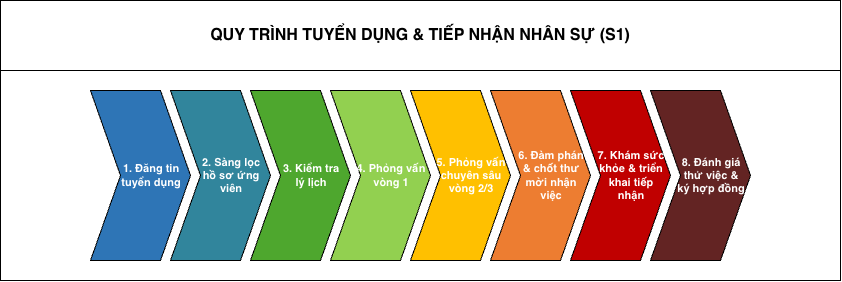
Before: docs/workspaces/NguyenCongHung/svg/bpmn-chevron-s1.drawio.png, a diagram exported from draw.io (anthinh-io/bpm-acfc-vietnam-analysis). Source tidied: cells renumbered, new cells last; positions are measured from the earlier drawing's top-left corner, leaving out a move shared by most shapes.
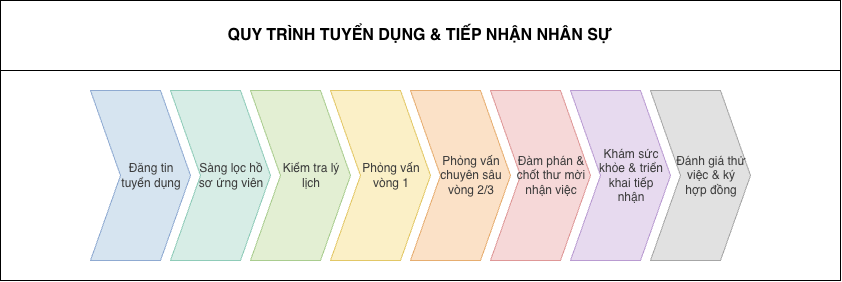
The same file after the commit.

What changed in the source:
```diff
@@ -2,34 +2,34 @@
   <root>
     <mxCell id="0" />
     <mxCell id="1" parent="0" />
-    <mxCell id="2" value="QUY TRÌNH TUYỂN DỤNG &amp; TIẾP NHẬN NHÂN SỰ (S1)" style="rounded=0;whiteSpace=wrap;html=1;align=center;verticalAlign=middle;fontSize=16;fontStyle=1;fontColor=#000000;" parent="1" vertex="1">
+    <mxCell id="2" value="QUY TRÌNH TUYỂN DỤNG &amp; TIẾP NHẬN NHÂN SỰ" style="rounded=0;whiteSpace=wrap;html=1;align=center;verticalAlign=middle;fontSize=16;fontStyle=1;fontColor=#000000;" parent="1" vertex="1">
       <mxGeometry width="840" height="70" as="geometry" />
     </mxCell>
     <mxCell id="3" style="rounded=0;whiteSpace=wrap;html=1;" parent="1" vertex="1">
       <mxGeometry y="70" width="840" height="210" as="geometry" />
     </mxCell>
-    <mxCell id="4" value="1. Đăng tin&lt;br&gt;tuyển dụng" style="html=1;shadow=0;dashed=0;align=center;verticalAlign=middle;shape=mxgraph.arrows2.arrow;dy=0;dx=30;notch=30;whiteSpace=wrap;spacingLeft=22;fillColor=#2E75B6;strokeColor=#000000;fontColor=#ffffff;fontSize=11;fontStyle=1;" parent="1" vertex="1">
+    <mxCell id="4" value="Đăng tin&lt;br&gt;tuyển dụng" style="html=1;shadow=0;dashed=0;align=center;verticalAlign=middle;shape=mxgraph.arrows2.arrow;dy=0;dx=30;notch=30;whiteSpace=wrap;spacingLeft=22;fillColor=#D6E4F0;strokeColor=#8FAAD1;fontColor=#3B3B3B;fontSize=12;fontStyle=0;" parent="1" vertex="1">
       <mxGeometry x="90" y="90" width="100" height="170" as="geometry" />
     </mxCell>
-    <mxCell id="5" value="2. Sàng lọc&lt;br&gt;hồ sơ ứng&lt;br&gt;viên" style="html=1;shadow=0;dashed=0;align=center;verticalAlign=middle;shape=mxgraph.arrows2.arrow;dy=0;dx=30;notch=30;whiteSpace=wrap;spacingLeft=22;fillColor=#31859C;strokeColor=#000000;fontColor=#ffffff;fontSize=11;fontStyle=1;" parent="1" vertex="1">
+    <mxCell id="5" value="Sàng lọc hồ&lt;br&gt;sơ ứng viên" style="html=1;shadow=0;dashed=0;align=center;verticalAlign=middle;shape=mxgraph.arrows2.arrow;dy=0;dx=30;notch=30;whiteSpace=wrap;spacingLeft=22;fillColor=#D7EDE6;strokeColor=#8FCBB8;fontColor=#3B3B3B;fontSize=12;fontStyle=0;" parent="1" vertex="1">
       <mxGeometry x="170" y="90" width="100" height="170" as="geometry" />
     </mxCell>
-    <mxCell id="6" value="3. Kiểm tra&lt;br&gt;lý lịch" style="html=1;shadow=0;dashed=0;align=center;verticalAlign=middle;shape=mxgraph.arrows2.arrow;dy=0;dx=30;notch=30;whiteSpace=wrap;spacingLeft=22;fillColor=#4EA72E;strokeColor=#000000;fontColor=#ffffff;fontSize=11;fontStyle=1;" parent="1" vertex="1">
+    <mxCell id="6" value="Kiểm tra lý&lt;br&gt;lịch" style="html=1;shadow=0;dashed=0;align=center;verticalAlign=middle;shape=mxgraph.arrows2.arrow;dy=0;dx=30;notch=30;whiteSpace=wrap;spacingLeft=22;fillColor=#E3EFD3;strokeColor=#A9CC8F;fontColor=#3B3B3B;fontSize=12;fontStyle=0;" parent="1" vertex="1">
       <mxGeometry x="250" y="90" width="100" height="170" as="geometry" />
     </mxCell>
-    <mxCell id="7" value="4. Phỏng vấn&lt;br&gt;vòng 1" style="html=1;shadow=0;dashed=0;align=center;verticalAlign=middle;shape=mxgraph.arrows2.arrow;dy=0;dx=30;notch=30;whiteSpace=wrap;spacingLeft=22;fillColor=#92D050;strokeColor=#000000;fontColor=#ffffff;fontSize=11;fontStyle=1;" parent="1" vertex="1">
+    <mxCell id="7" value="Phỏng vấn&lt;br&gt;vòng 1" style="html=1;shadow=0;dashed=0;align=center;verticalAlign=middle;shape=mxgraph.arrows2.arrow;dy=0;dx=30;notch=30;whiteSpace=wrap;spacingLeft=22;fillColor=#FBF0C7;strokeColor=#E2C766;fontColor=#3B3B3B;fontSize=12;fontStyle=0;" parent="1" vertex="1">
       <mxGeometry x="330" y="90" width="100" height="170" as="geometry" />
     </mxCell>
-    <mxCell id="8" value="5. Phỏng vấn&lt;br&gt;chuyên sâu&lt;br&gt;vòng 2/3" style="html=1;shadow=0;dashed=0;align=center;verticalAlign=middle;shape=mxgraph.arrows2.arrow;dy=0;dx=30;notch=30;whiteSpace=wrap;spacingLeft=22;fillColor=#FFC000;strokeColor=#000000;fontColor=#ffffff;fontSize=11;fontStyle=1;" parent="1" vertex="1">
+    <mxCell id="8" value="Phỏng vấn&lt;br&gt;chuyên sâu&lt;br&gt;vòng 2/3" style="html=1;shadow=0;dashed=0;align=center;verticalAlign=middle;shape=mxgraph.arrows2.arrow;dy=0;dx=30;notch=30;whiteSpace=wrap;spacingLeft=22;fillColor=#FBE1C7;strokeColor=#E6AD70;fontColor=#3B3B3B;fontSize=12;fontStyle=0;" parent="1" vertex="1">
       <mxGeometry x="410" y="90" width="100" height="170" as="geometry" />
     </mxCell>
-    <mxCell id="9" value="6. Đàm phán&lt;br&gt;&amp; chốt thư&lt;br&gt;mời nhận&lt;br&gt;việc" style="html=1;shadow=0;dashed=0;align=center;verticalAlign=middle;shape=mxgraph.arrows2.arrow;dy=0;dx=30;notch=30;whiteSpace=wrap;spacingLeft=22;fillColor=#ED7D31;strokeColor=#000000;fontColor=#ffffff;fontSize=11;fontStyle=1;" parent="1" vertex="1">
+    <mxCell id="9" value="Đàm phán &amp;&lt;br&gt;chốt thư mời&lt;br&gt;nhận việc" style="html=1;shadow=0;dashed=0;align=center;verticalAlign=middle;shape=mxgraph.arrows2.arrow;dy=0;dx=30;notch=30;whiteSpace=wrap;spacingLeft=22;fillColor=#F6D8D8;strokeColor=#DE9797;fontColor=#3B3B3B;fontSize=12;fontStyle=0;" parent="1" vertex="1">
       <mxGeometry x="490" y="90" width="100" height="170" as="geometry" />
     </mxCell>
-    <mxCell id="10" value="7. Khám sức&lt;br&gt;khỏe &amp; triển&lt;br&gt;khai tiếp&lt;br&gt;nhận" style="html=1;shadow=0;dashed=0;align=center;verticalAlign=middle;shape=mxgraph.arrows2.arrow;dy=0;dx=30;notch=30;whiteSpace=wrap;spacingLeft=22;fillColor=#C00000;strokeColor=#000000;fontColor=#ffffff;fontSize=11;fontStyle=1;" parent="1" vertex="1">
+    <mxCell id="10" value="Khám sức&lt;br&gt;khỏe &amp; triển&lt;br&gt;khai tiếp&lt;br&gt;nhận" style="html=1;shadow=0;dashed=0;align=center;verticalAlign=middle;shape=mxgraph.arrows2.arrow;dy=0;dx=30;notch=30;whiteSpace=wrap;spacingLeft=22;fillColor=#E7DAEF;strokeColor=#B99BD1;fontColor=#3B3B3B;fontSize=12;fontStyle=0;" parent="1" vertex="1">
       <mxGeometry x="570" y="90" width="100" height="170" as="geometry" />
     </mxCell>
-    <mxCell id="11" value="8. Đánh giá&lt;br&gt;thử việc &amp;&lt;br&gt;ký hợp đồng" style="html=1;shadow=0;dashed=0;align=center;verticalAlign=middle;shape=mxgraph.arrows2.arrow;dy=0;dx=30;notch=30;whiteSpace=wrap;spacingLeft=22;fillColor=#632423;strokeColor=#000000;fontColor=#ffffff;fontSize=11;fontStyle=1;" parent="1" vertex="1">
+    <mxCell id="11" value="Đánh giá thử&lt;br&gt;việc &amp; ký&lt;br&gt;hợp đồng" style="html=1;shadow=0;dashed=0;align=center;verticalAlign=middle;shape=mxgraph.arrows2.arrow;dy=0;dx=30;notch=30;whiteSpace=wrap;spacingLeft=22;fillColor=#E1E1E1;strokeColor=#A6A6A6;fontColor=#3B3B3B;fontSize=12;fontStyle=0;" parent="1" vertex="1">
       <mxGeometry x="650" y="90" width="100" height="170" as="geometry" />
     </mxCell>
   </root>
```
